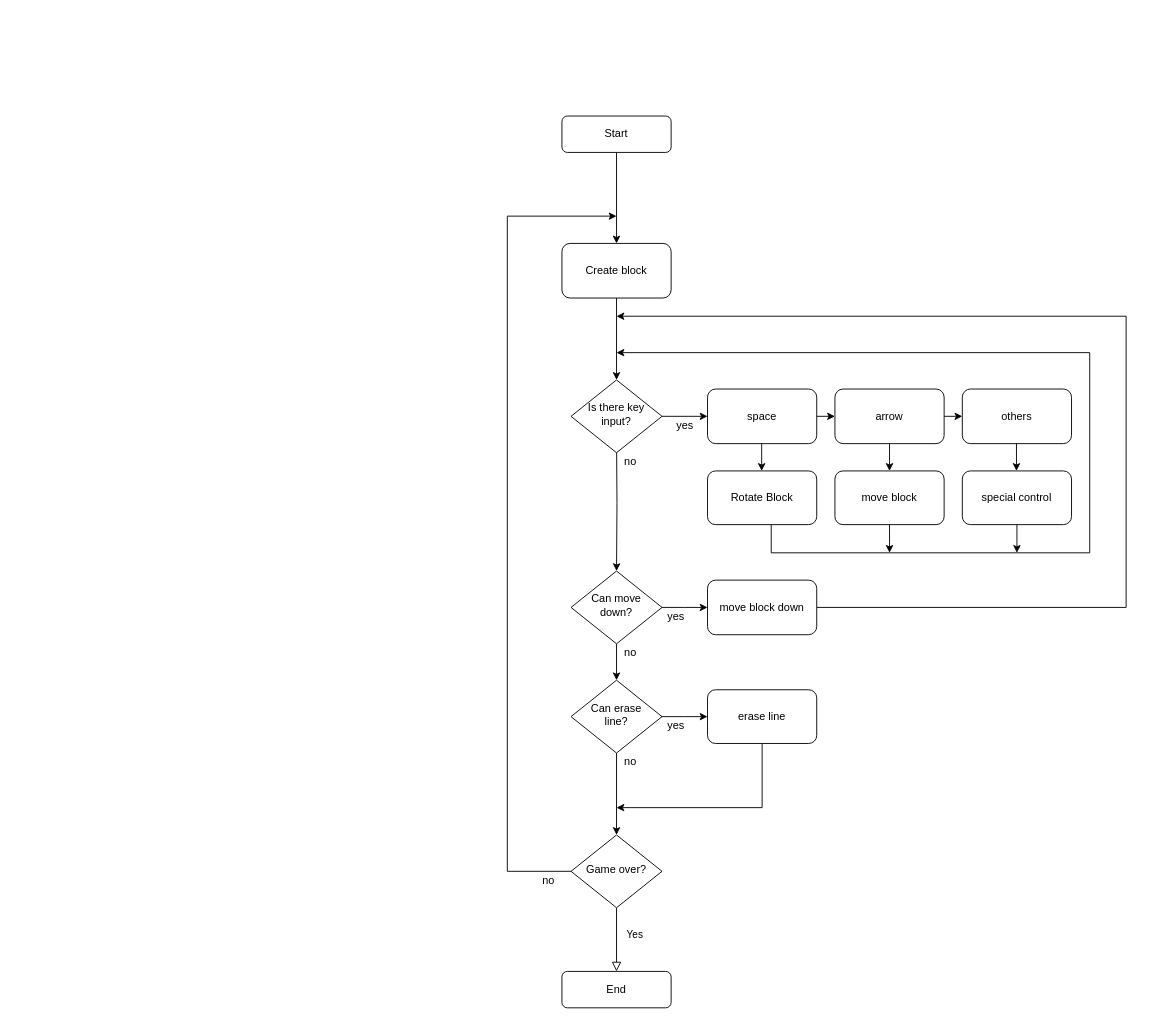
Before: Untitled Diagram.drawio in jukdang/C-Programming-and-Practice_063_2101, a draw.io diagram. Source tidied: cells renumbered, new cells numbered last; positions are measured from the earlier drawing's top-left corner, leaving out a move shared by most shapes. Both pictures are drawn from the tidied source at 91%, with x=0, y=0 at pixel (507, 116).
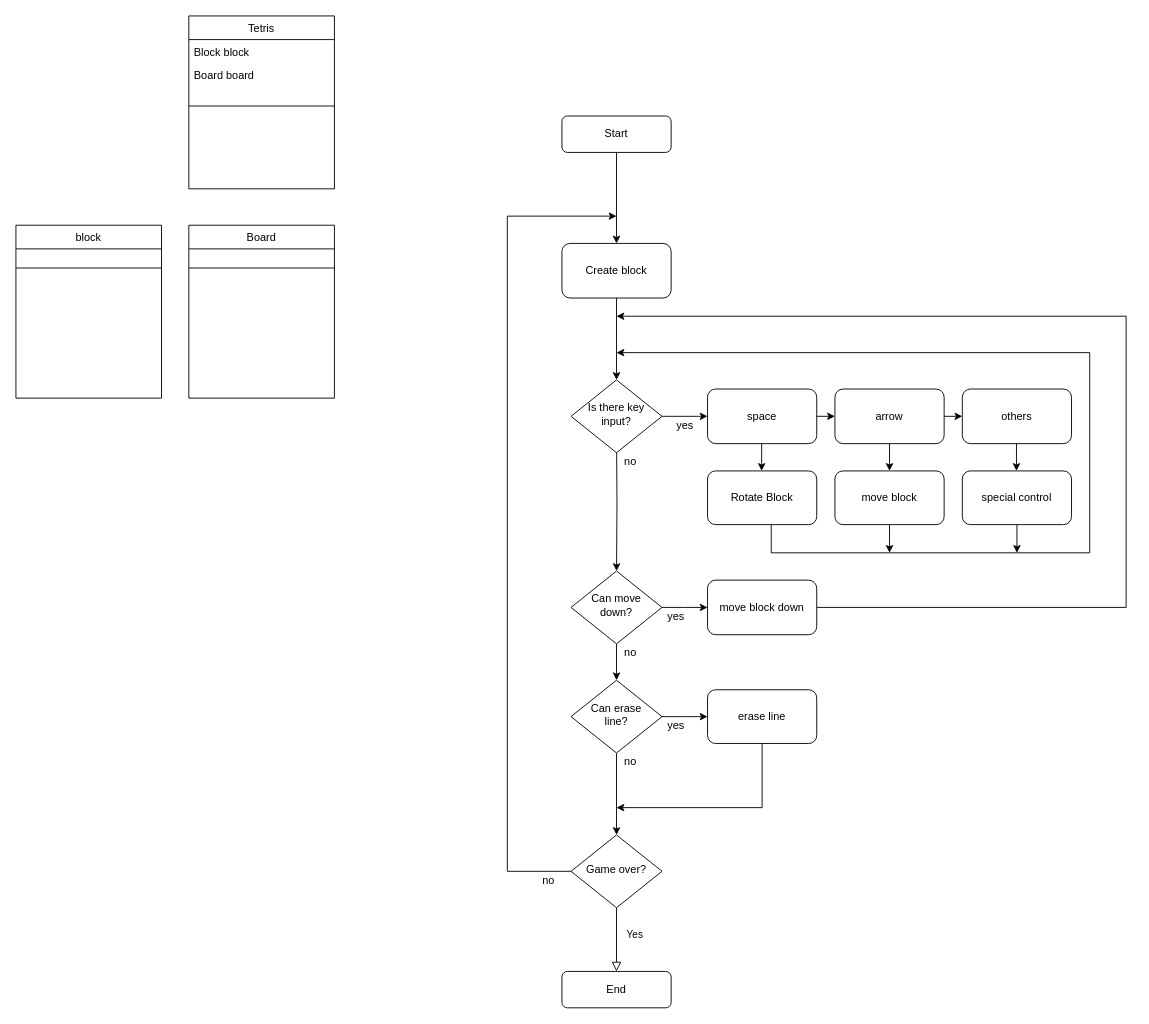
The same page after the edit.

Diff of the diagram source:
```diff
@@
+    <mxCell id="44" value="Tetris" style="swimlane;fontStyle=0;align=center;verticalAlign=top;horizontal=1;startSize=26;rounded=0;shadow=0;strokeWidth=1;" parent="1" vertex="1">
+      <mxGeometry x="-350" y="-110" width="160" height="190" as="geometry" />
+    </mxCell>
+    <mxCell id="45" value="Block block" style="text;align=left;verticalAlign=top;spacingLeft=4;spacingRight=4;overflow=hidden;" parent="44" vertex="1">
+      <mxGeometry y="26" width="160" height="26" as="geometry" />
+    </mxCell>
+    <mxCell id="46" value="Board board&#10;" style="text;align=left;verticalAlign=top;spacingLeft=4;spacingRight=4;overflow=hidden;rounded=0;shadow=0;html=0;" parent="44" vertex="1">
+      <mxGeometry y="52" width="160" height="26" as="geometry" />
+    </mxCell>
+    <mxCell id="47" style="line;html=1;strokeWidth=1;align=left;verticalAlign=middle;spacingTop=-1;spacingLeft=3;spacingRight=3;labelPosition=right;" parent="44" vertex="1">
+      <mxGeometry y="78" width="160" height="42" as="geometry" />
+    </mxCell>
+    <mxCell id="48" value="Board" style="swimlane;fontStyle=0;align=center;verticalAlign=top;horizontal=1;startSize=26;rounded=0;shadow=0;strokeWidth=1;" parent="1" vertex="1">
+      <mxGeometry x="-350" y="120" width="160" height="190" as="geometry" />
+    </mxCell>
+    <mxCell id="49" style="line;html=1;strokeWidth=1;align=left;verticalAlign=middle;spacingTop=-1;spacingLeft=3;spacingRight=3;labelPosition=right;" parent="48" vertex="1">
+      <mxGeometry y="26" width="160" height="42" as="geometry" />
+    </mxCell>
+    <mxCell id="50" value="block" style="swimlane;fontStyle=0;align=center;verticalAlign=top;horizontal=1;startSize=26;rounded=0;shadow=0;strokeWidth=1;" parent="1" vertex="1">
+      <mxGeometry x="-540" y="120" width="160" height="190" as="geometry" />
+    </mxCell>
+    <mxCell id="51" style="line;html=1;strokeWidth=1;align=left;verticalAlign=middle;spacingTop=-1;spacingLeft=3;spacingRight=3;labelPosition=right;" parent="50" vertex="1">
+      <mxGeometry y="26" width="160" height="42" as="geometry" />
+    </mxCell>
```
